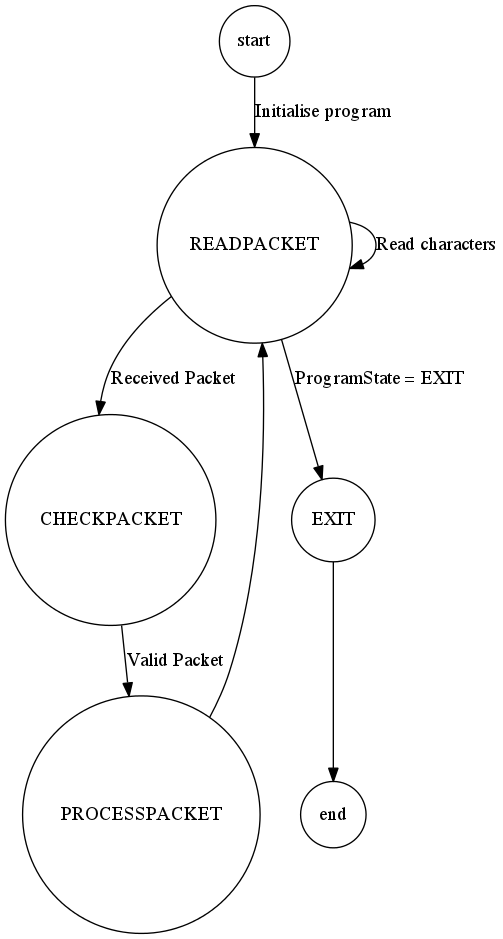
Earlier version of the Graphviz export Year 1/CSA/SerialRingLan/SerialRingLan/design/Transmitter.png (JSquared-dev/UniWork). Its source is kept beside it as Year 1/CSA/SerialRingLan/SerialRingLan/design/Transmitter.dot. The source it was exported from:
```dot
digraph fsm {
	graph [ rankdir = TB ];
	node [shape = "circle" ];
	ordering="out";
	{rank=min start}
	{rankdir=LR  }
	{rank=max end}
	start -> GETPACKET [ label = "" ];
	GETPACKET:w -> CHECKPACKET:w;// [ label = "Available packet\nfrom queue" ];
	CHECKPACKET -> TRANSMITPACKET;// [ label = "Timed out pending"];
	CHECKPACKET -> GETPACKET;// [ label = "Pending"];
	TRANSMITPACKET -> GETPACKET;
	GETPACKET -> EXIT;// [ label = "Program state = EXIT" ];
	EXIT -> end;
}
```
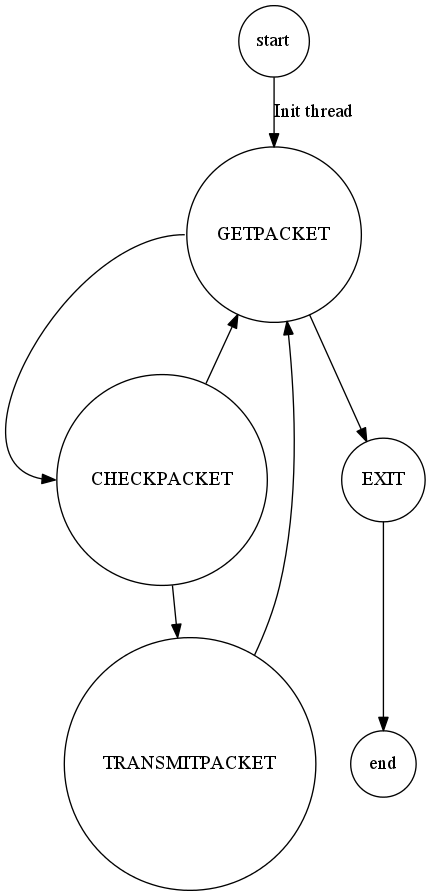
The same diagram one commit later.

What changed in the source:
```diff
@@ -5,7 +5,7 @@
 	{rank=min start}
 	{rankdir=LR  }
 	{rank=max end}
-	start -> GETPACKET [ label = "" ];
+	start -> GETPACKET [ label = "Init thread" ];
 	GETPACKET:w -> CHECKPACKET:w;// [ label = "Available packet\nfrom queue" ];
 	CHECKPACKET -> TRANSMITPACKET;// [ label = "Timed out pending"];
 	CHECKPACKET -> GETPACKET;// [ label = "Pending"];
```
